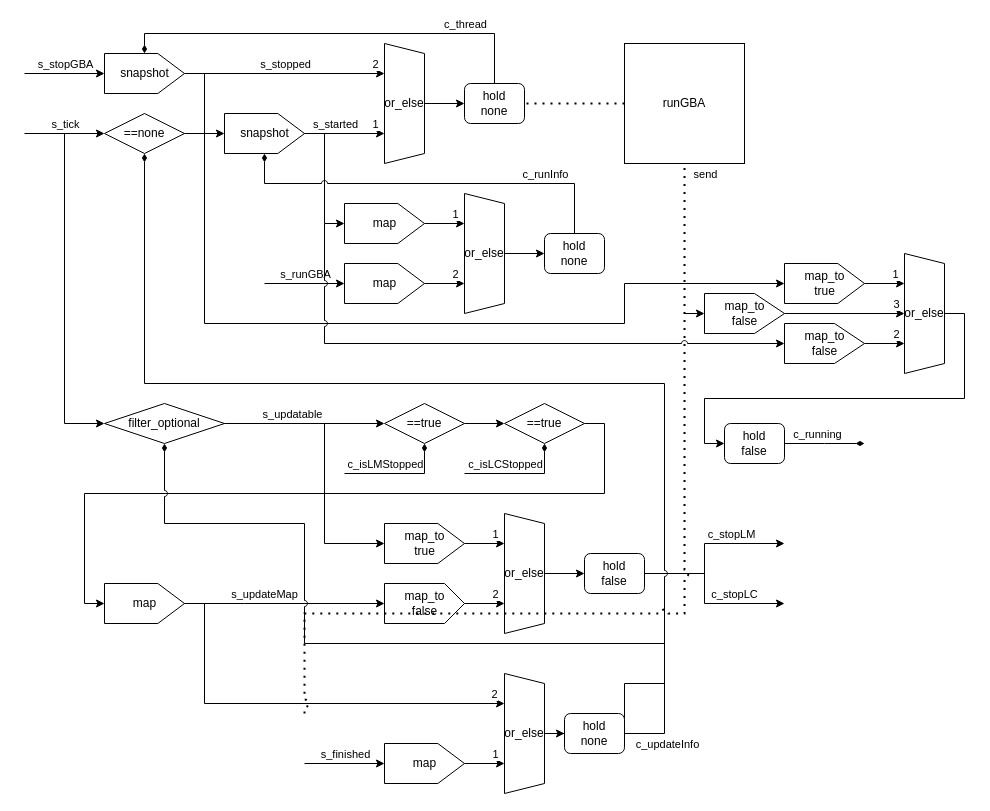
Before: doc/2024-12-09_semi/images/GBAManager.drawio in suzuki-taro-unofficial/ORB-SLAM3-decoding, a draw.io diagram. Source tidied: cells renumbered, new cells numbered last; positions are measured from the earlier drawing's top-left corner, leaving out a move shared by most shapes. Both pictures are drawn from the tidied source at 100%, with x=0, y=0 at pixel (24, 43).
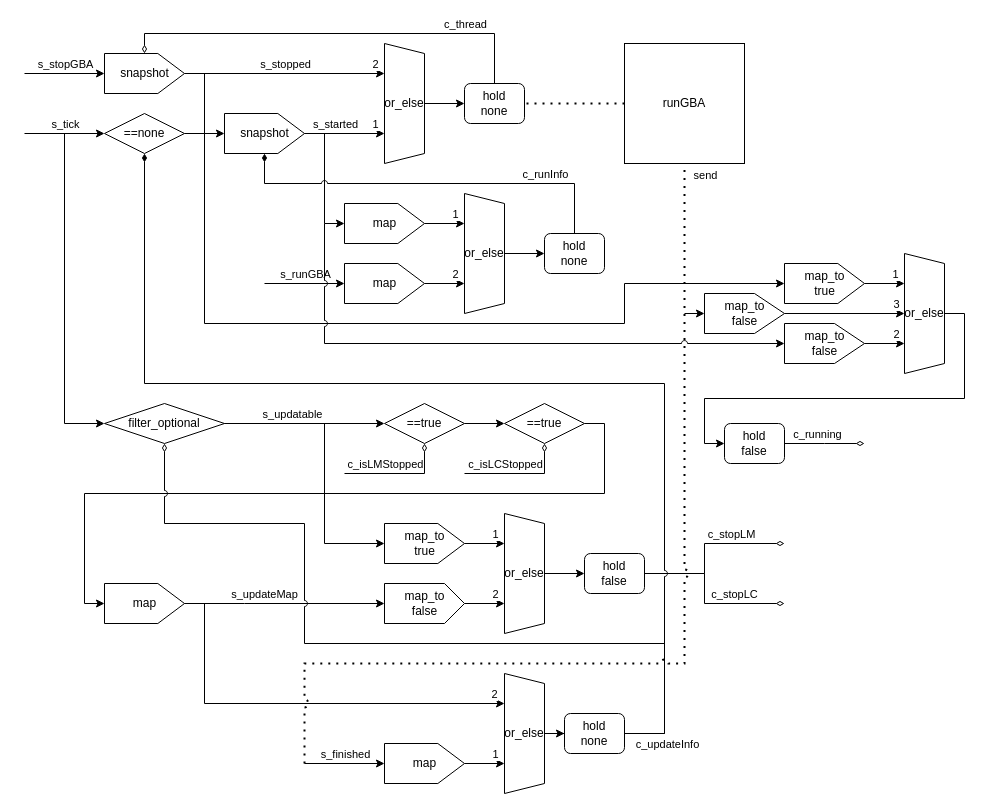
The same diagram, later.

The change refers to these unchanged cells:
```xml
<mxCell id="6" value="snapshot" style="verticalLabelPosition=middle;verticalAlign=middle;html=1;shape=offPageConnector;rounded=0;size=0.3333333333333333;direction=north;labelPosition=center;align=center;" parent="1" vertex="1">
  <mxGeometry x="80" y="10" width="80" height="40" as="geometry" />
</mxCell>
<mxCell id="14" value="hold&lt;div&gt;none&lt;/div&gt;" style="rounded=1;whiteSpace=wrap;html=1;" parent="1" vertex="1">
  <mxGeometry x="440" y="40" width="60" height="40" as="geometry" />
</mxCell>
<mxCell id="23" value="==none" style="rhombus;whiteSpace=wrap;html=1;" parent="1" vertex="1">
  <mxGeometry x="80" y="70" width="80" height="40" as="geometry" />
</mxCell>
<mxCell id="39" value="filter_optional" style="rhombus;whiteSpace=wrap;html=1;" parent="1" vertex="1">
  <mxGeometry x="80" y="360" width="120" height="40" as="geometry" />
</mxCell>
<mxCell id="41" value="==true" style="rhombus;whiteSpace=wrap;html=1;" parent="1" vertex="1">
  <mxGeometry x="360" y="360" width="80" height="40" as="geometry" />
</mxCell>
<mxCell id="43" value="==true" style="rhombus;whiteSpace=wrap;html=1;" parent="1" vertex="1">
  <mxGeometry x="480" y="360" width="80" height="40" as="geometry" />
</mxCell>
<mxCell id="53" value="hold&lt;div&gt;false&lt;/div&gt;" style="rounded=1;whiteSpace=wrap;html=1;" parent="1" vertex="1">
  <mxGeometry x="560" y="510" width="60" height="40" as="geometry" />
</mxCell>
<mxCell id="72" value="hold&lt;div&gt;none&lt;/div&gt;" style="rounded=1;whiteSpace=wrap;html=1;" parent="1" vertex="1">
  <mxGeometry x="540" y="670" width="60" height="40" as="geometry" />
</mxCell>
<mxCell id="73" value="runGBA" style="whiteSpace=wrap;html=1;" parent="1" vertex="1">
  <mxGeometry x="600" width="120" height="120" as="geometry" />
</mxCell>
<mxCell id="97" value="hold&lt;div&gt;false&lt;/div&gt;" style="rounded=1;whiteSpace=wrap;html=1;" parent="1" vertex="1">
  <mxGeometry x="700" y="380" width="60" height="40" as="geometry" />
</mxCell>
```

What changed in the source:
```diff
@@
-    <mxCell id="12" style="edgeStyle=orthogonalEdgeStyle;rounded=0;jettySize=auto;html=1;exitX=0.5;exitY=0;exitDx=0;exitDy=0;entryX=1;entryY=0.5;entryDx=0;entryDy=0;endArrow=diamondThin;endFill=1;" parent="1" edge="1" source="14" target="6">
+    <mxCell id="12" style="edgeStyle=orthogonalEdgeStyle;rounded=0;jettySize=auto;html=1;exitX=0.5;exitY=0;exitDx=0;exitDy=0;entryX=1;entryY=0.5;entryDx=0;entryDy=0;endArrow=diamondThin;endFill=0;" parent="1" edge="1" source="14" target="6">
       <mxGeometry relative="1" as="geometry" />
     </mxCell>
@@
-    <mxCell id="49" style="edgeStyle=orthogonalEdgeStyle;rounded=0;jettySize=auto;html=1;exitX=1;exitY=0.5;exitDx=0;exitDy=0;" parent="1" edge="1" source="53">
+    <mxCell id="49" style="edgeStyle=orthogonalEdgeStyle;rounded=0;jettySize=auto;html=1;exitX=1;exitY=0.5;exitDx=0;exitDy=0;endArrow=diamondThin;endFill=0;" parent="1" edge="1" source="53">
       <mxGeometry relative="1" as="geometry">
         <mxPoint x="760" y="500" as="targetPoint" />
         <Array as="points">
           <mxPoint x="680" y="530" />
           <mxPoint x="680" y="500" />
         </Array>
       </mxGeometry>
     </mxCell>
@@
-    <mxCell id="51" style="edgeStyle=orthogonalEdgeStyle;rounded=0;jettySize=auto;html=1;exitX=1;exitY=0.5;exitDx=0;exitDy=0;" parent="1" edge="1" source="53">
+    <mxCell id="51" style="edgeStyle=orthogonalEdgeStyle;rounded=0;jettySize=auto;html=1;exitX=1;exitY=0.5;exitDx=0;exitDy=0;endArrow=diamondThin;endFill=0;" parent="1" edge="1" source="53">
       <mxGeometry relative="1" as="geometry">
         <mxPoint x="760" y="560" as="targetPoint" />
         <Array as="points">
           <mxPoint x="680" y="530" />
           <mxPoint x="680" y="560" />
         </Array>
       </mxGeometry>
     </mxCell>
@@
-    <mxCell id="69" style="edgeStyle=orthogonalEdgeStyle;rounded=0;jettySize=auto;html=1;exitX=1;exitY=0.5;exitDx=0;exitDy=0;entryX=0.5;entryY=1;entryDx=0;entryDy=0;jumpStyle=arc;endArrow=diamondThin;endFill=1;" parent="1" edge="1" source="72" target="39">
+    <mxCell id="69" style="edgeStyle=orthogonalEdgeStyle;rounded=0;jettySize=auto;html=1;exitX=1;exitY=0.5;exitDx=0;exitDy=0;entryX=0.5;entryY=1;entryDx=0;entryDy=0;jumpStyle=arc;endArrow=diamondThin;endFill=0;" parent="1" edge="1" source="72" target="39">
       <mxGeometry relative="1" as="geometry">
         <Array as="points">
           <mxPoint x="640" y="690" />
           <mxPoint x="640" y="600" />
           <mxPoint x="280" y="600" />
           <mxPoint x="280" y="480" />
           <mxPoint x="140" y="480" />
         </Array>
       </mxGeometry>
     </mxCell>
@@
     <mxCell id="71" style="edgeStyle=orthogonalEdgeStyle;rounded=0;jettySize=auto;html=1;exitX=1;exitY=0.5;exitDx=0;exitDy=0;entryX=0.5;entryY=1;entryDx=0;entryDy=0;jumpStyle=arc;endArrow=diamondThin;endFill=1;" parent="1" edge="1" source="72" target="23">
       <mxGeometry relative="1" as="geometry">
         <Array as="points">
-          <mxPoint x="600" y="640" />
-          <mxPoint x="640" y="640" />
+          <mxPoint x="640" y="690" />
           <mxPoint x="640" y="340" />
           <mxPoint x="120" y="340" />
         </Array>
       </mxGeometry>
     </mxCell>
@@
     <mxCell id="75" style="endArrow=none;dashed=1;html=1;dashPattern=1 3;strokeWidth=2;rounded=0;entryX=0.5;entryY=1;entryDx=0;entryDy=0;jumpStyle=arc;" parent="1" edge="1" target="73">
       <mxGeometry relative="1" as="geometry">
-        <mxPoint x="280" y="670" as="sourcePoint" />
+        <mxPoint x="280" y="720" as="sourcePoint" />
         <Array as="points">
-          <mxPoint x="280" y="570" />
-          <mxPoint x="460" y="570" />
-          <mxPoint x="660" y="570" />
+          <mxPoint x="280" y="620" />
+          <mxPoint x="460" y="620" />
+          <mxPoint x="660" y="620" />
           <mxPoint x="660" y="290" />
           <mxPoint x="660" y="280" />
         </Array>
       </mxGeometry>
     </mxCell>
@@
-    <mxCell id="77" style="endArrow=diamondThin;html=1;rounded=0;entryX=0.5;entryY=1;entryDx=0;entryDy=0;endFill=1;jumpStyle=arc;" parent="1" edge="1" target="41">
+    <mxCell id="77" style="endArrow=diamondThin;html=1;rounded=0;entryX=0.5;entryY=1;entryDx=0;entryDy=0;endFill=0;jumpStyle=arc;" parent="1" edge="1" target="41">
       <mxGeometry relative="1" as="geometry">
         <mxPoint x="320" y="430" as="sourcePoint" />
         <Array as="points">
           <mxPoint x="400" y="430" />
         </Array>
       </mxGeometry>
     </mxCell>
@@
-    <mxCell id="79" style="endArrow=diamondThin;html=1;rounded=0;entryX=0.5;entryY=1;entryDx=0;entryDy=0;endFill=1;jumpStyle=arc;" parent="1" edge="1" target="43">
+    <mxCell id="79" style="endArrow=diamondThin;html=1;rounded=0;entryX=0.5;entryY=1;entryDx=0;entryDy=0;endFill=0;jumpStyle=arc;" parent="1" edge="1" target="43">
       <mxGeometry relative="1" as="geometry">
         <mxPoint x="440" y="430" as="sourcePoint" />
         <Array as="points">
           <mxPoint x="520" y="430" />
         </Array>
       </mxGeometry>
     </mxCell>
@@
-    <mxCell id="95" style="edgeStyle=orthogonalEdgeStyle;rounded=0;jettySize=auto;html=1;exitX=1;exitY=0.5;exitDx=0;exitDy=0;endArrow=diamondThin;endFill=1;" parent="1" edge="1" source="97">
+    <mxCell id="95" style="edgeStyle=orthogonalEdgeStyle;rounded=0;jettySize=auto;html=1;exitX=1;exitY=0.5;exitDx=0;exitDy=0;endArrow=diamondThin;endFill=0;" parent="1" edge="1" source="97">
       <mxGeometry relative="1" as="geometry">
         <mxPoint x="840" y="400" as="targetPoint" />
       </mxGeometry>
     </mxCell>
```
